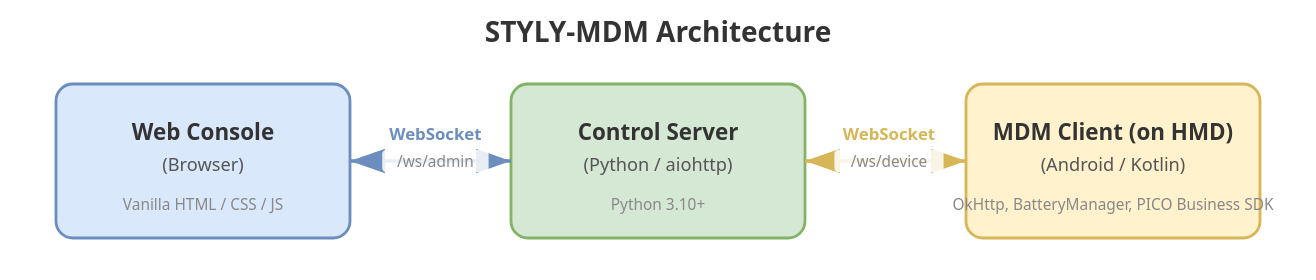
styly-dev/STYLY-MDM keeps this draw.io diagram as docs/architecture.drawio.svg. Above is the earlier version. Source tidied: cells renumbered, new cells last; positions are measured from the earlier drawing's top-left corner, leaving out a move shared by most shapes.
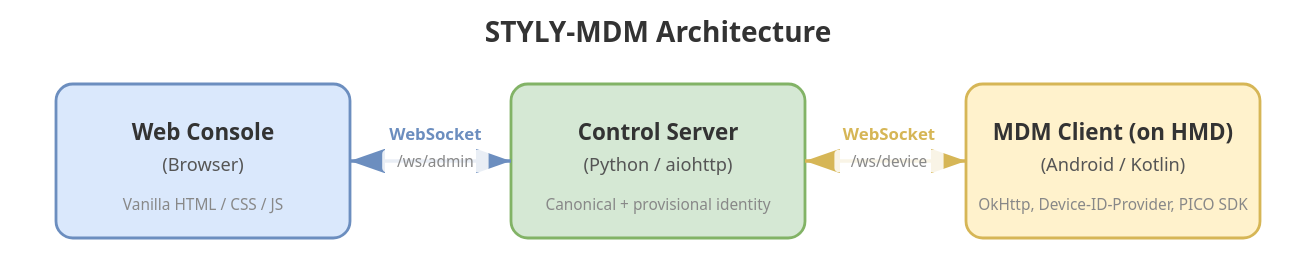
The same diagram one commit later.

Diff of the diagram source:
```diff
@@ -17,8 +17,8 @@
     <mxCell id="6" value="&lt;b&gt;Control Server&lt;/b&gt;&lt;br&gt;(Python / aiohttp)" style="text;html=1;align=center;verticalAlign=middle;" parent="1" vertex="1">
       <mxGeometry x="365" y="85" width="130" height="50" as="geometry" />
     </mxCell>
-    <mxCell id="7" value="Python 3.10+" style="text;html=1;align=center;verticalAlign=middle;fontColor=#666666;fontSize=10;" parent="1" vertex="1">
-      <mxGeometry x="370" y="135" width="120" height="20" as="geometry" />
+    <mxCell id="7" value="Canonical + provisional identity" style="text;html=1;align=center;verticalAlign=middle;fontColor=#666666;fontSize=10;" parent="1" vertex="1">
+      <mxGeometry x="350" y="135" width="160" height="20" as="geometry" />
     </mxCell>
     <mxCell id="8" style="rounded=1;whiteSpace=wrap;html=1;fillColor=#fff2cc;strokeColor=#d6b656;arcSize=10;" parent="1" vertex="1">
       <mxGeometry x="660" y="60" width="200" height="100" as="geometry" />
@@ -26,7 +26,7 @@
     <mxCell id="9" value="&lt;b&gt;MDM Client (on HMD)&lt;/b&gt;&lt;br&gt;(Android / Kotlin)" style="text;html=1;align=center;verticalAlign=middle;" parent="1" vertex="1">
       <mxGeometry x="700" y="85" width="120" height="50" as="geometry" />
     </mxCell>
-    <mxCell id="10" value="OkHttp, BatteryManager, PICO Business SDK" style="text;html=1;align=center;verticalAlign=middle;fontColor=#666666;fontSize=10;" parent="1" vertex="1">
+    <mxCell id="10" value="OkHttp, Device-ID-Provider, PICO SDK" style="text;html=1;align=center;verticalAlign=middle;fontColor=#666666;fontSize=10;" parent="1" vertex="1">
       <mxGeometry x="665" y="135" width="190" height="20" as="geometry" />
     </mxCell>
     <mxCell id="11" style="edgeStyle=orthogonalEdgeStyle;rounded=0;jettySize=auto;containsPoints=1;endArrow=block;endFill=1;startArrow=block;startFill=1;strokeWidth=2;strokeColor=#6c8ebf;" parent="1" edge="1" source="2" target="5">
```
